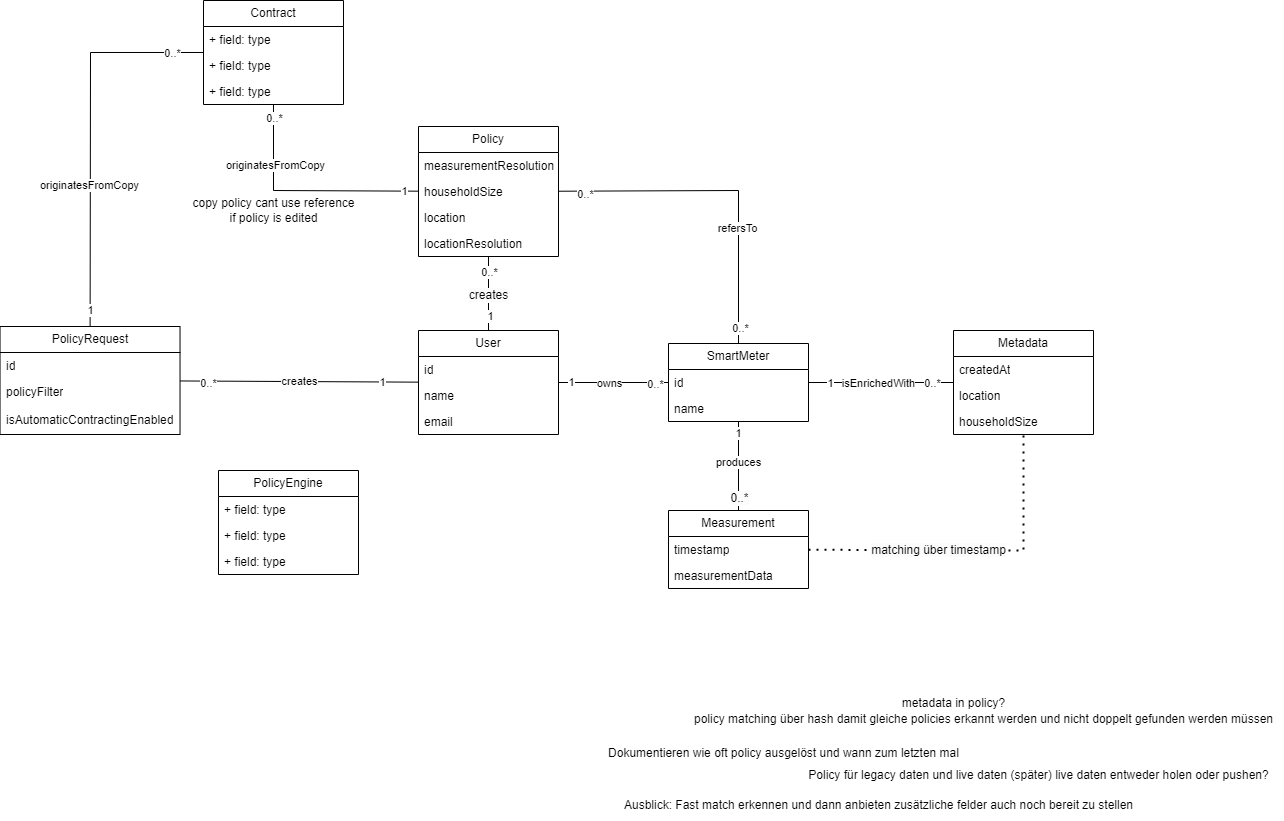
Above: Domain Model/domainmodel.drawio.png in SM-MAMI/documentation (draw.io), before the change. Source tidied: cells renumbered, new cells last; positions are measured from the earlier drawing's top-left corner, leaving out a move shared by most shapes.
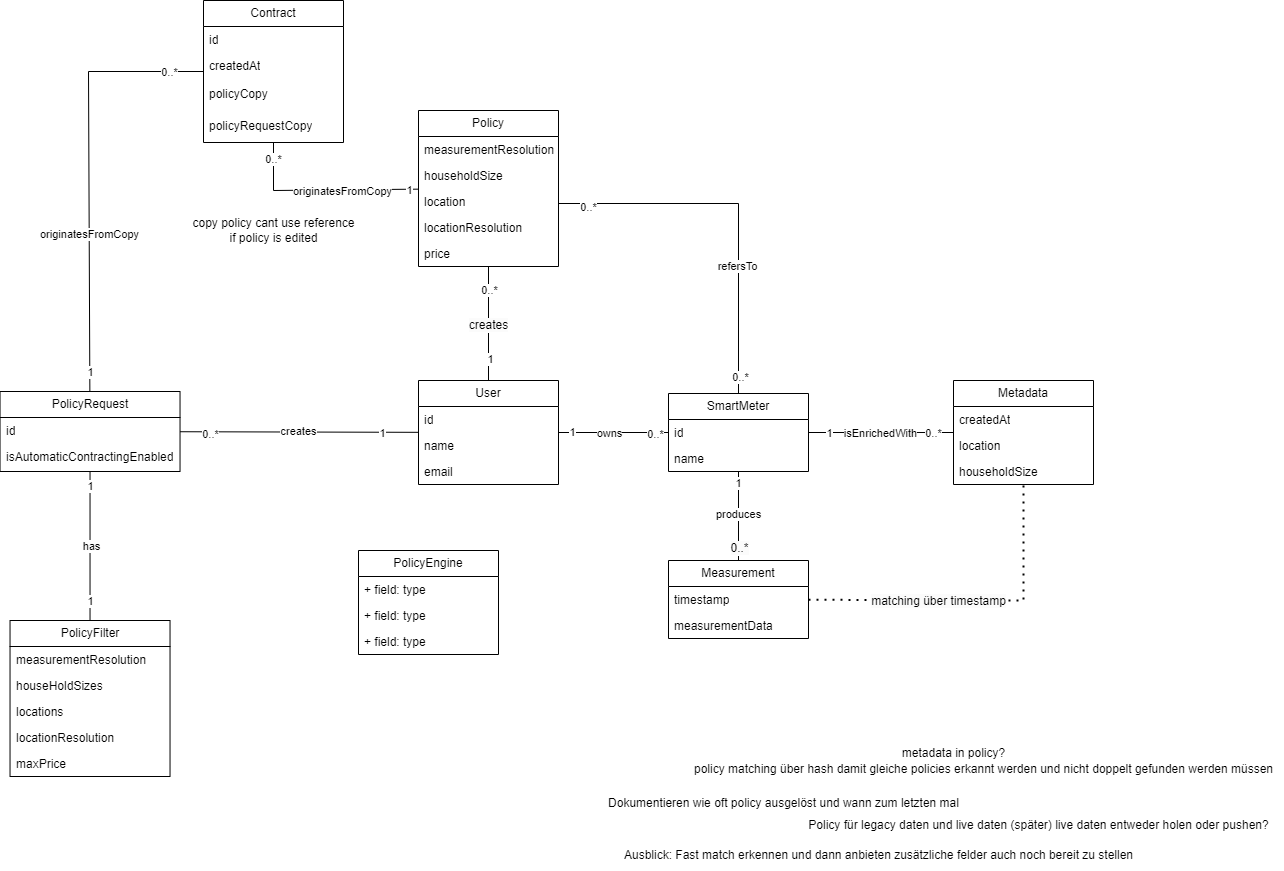
After the commit.

Commit message:
Added policy filter

Diff of the diagram source:
```diff
@@ -87,7 +87,7 @@
       </mxGeometry>
     </mxCell>
     <mxCell id="28" value="Policy" style="swimlane;fontStyle=0;horizontal=1;startSize=26;fillColor=none;whiteSpace=wrap;html=1;" parent="1" vertex="1">
-      <mxGeometry x="418" y="126" width="140" height="130" as="geometry" />
+      <mxGeometry x="418" y="60" width="140" height="156" as="geometry" />
     </mxCell>
     <mxCell id="29" value="measurementResolution" style="text;strokeColor=none;fillColor=none;align=left;verticalAlign=top;spacingLeft=4;spacingRight=4;overflow=hidden;whiteSpace=wrap;html=1;" parent="28" vertex="1">
       <mxGeometry y="26" width="140" height="26" as="geometry" />
@@ -101,6 +101,9 @@
     <mxCell id="32" value="locationResolution" style="text;strokeColor=none;fillColor=none;align=left;verticalAlign=top;spacingLeft=4;spacingRight=4;overflow=hidden;whiteSpace=wrap;html=1;" parent="28" vertex="1">
       <mxGeometry y="104" width="140" height="26" as="geometry" />
     </mxCell>
+    <mxCell id="73" value="price" style="text;strokeColor=none;fillColor=none;align=left;verticalAlign=top;spacingLeft=4;spacingRight=4;overflow=hidden;whiteSpace=wrap;html=1;" parent="28" vertex="1">
+      <mxGeometry y="130" width="140" height="26" as="geometry" />
+    </mxCell>
     <mxCell id="33" style="endArrow=none;html=1;rounded=0;" parent="1" edge="1" source="2" target="28">
       <mxGeometry relative="1" as="geometry" />
     </mxCell>
@@ -113,10 +116,11 @@
     <mxCell id="36" value="&lt;span style=&quot;font-size: 12px; background-color: rgb(251, 251, 251);&quot;&gt;creates&lt;/span&gt;" style="edgeLabel;html=1;align=center;verticalAlign=middle;" parent="33" vertex="1">
       <mxGeometry x="-0.02" y="1" relative="1" as="geometry" />
     </mxCell>
-    <mxCell id="37" style="endArrow=none;html=1;rounded=0;" parent="1" edge="1" source="28" target="6">
+    <mxCell id="37" style="endArrow=none;html=1;rounded=0;" parent="1" edge="1" target="6">
       <mxGeometry relative="1" as="geometry">
+        <mxPoint x="558" y="153" as="sourcePoint" />
         <Array as="points">
-          <mxPoint x="738" y="190" />
+          <mxPoint x="738" y="153" />
         </Array>
       </mxGeometry>
     </mxCell>
@@ -130,7 +134,7 @@
       <mxGeometry x="0.31" y="-2" relative="1" as="geometry" />
     </mxCell>
     <mxCell id="41" value="PolicyEngine" style="swimlane;fontStyle=0;horizontal=1;startSize=26;fillColor=none;whiteSpace=wrap;html=1;" parent="1" vertex="1">
-      <mxGeometry x="218" y="470" width="140" height="104" as="geometry" />
+      <mxGeometry x="358" y="500" width="140" height="104" as="geometry" />
     </mxCell>
     <mxCell id="42" value="+ field: type" style="text;strokeColor=none;fillColor=none;align=left;verticalAlign=top;spacingLeft=4;spacingRight=4;overflow=hidden;whiteSpace=wrap;html=1;" parent="41" vertex="1">
       <mxGeometry y="26" width="140" height="26" as="geometry" />
@@ -167,31 +171,36 @@
       <mxGeometry x="798" y="760" width="480" height="30" as="geometry" />
     </mxCell>
     <mxCell id="52" value="Contract" style="swimlane;fontStyle=0;horizontal=1;startSize=26;fillColor=none;whiteSpace=wrap;html=1;" parent="1" vertex="1">
-      <mxGeometry x="203" width="140" height="104" as="geometry" />
+      <mxGeometry x="203" y="-50" width="140" height="142" as="geometry" />
     </mxCell>
-    <mxCell id="53" value="+ field: type" style="text;strokeColor=none;fillColor=none;align=left;verticalAlign=top;spacingLeft=4;spacingRight=4;overflow=hidden;whiteSpace=wrap;html=1;" parent="52" vertex="1">
+    <mxCell id="53" value="id" style="text;strokeColor=none;fillColor=none;align=left;verticalAlign=top;spacingLeft=4;spacingRight=4;overflow=hidden;whiteSpace=wrap;html=1;" parent="52" vertex="1">
       <mxGeometry y="26" width="140" height="26" as="geometry" />
     </mxCell>
-    <mxCell id="54" value="+ field: type" style="text;strokeColor=none;fillColor=none;align=left;verticalAlign=top;spacingLeft=4;spacingRight=4;overflow=hidden;whiteSpace=wrap;html=1;" parent="52" vertex="1">
-      <mxGeometry y="52" width="140" height="26" as="geometry" />
+    <mxCell id="54" value="createdAt" style="text;strokeColor=none;fillColor=none;align=left;verticalAlign=top;spacingLeft=4;spacingRight=4;overflow=hidden;whiteSpace=wrap;html=1;" parent="52" vertex="1">
+      <mxGeometry y="52" width="140" height="28" as="geometry" />
     </mxCell>
-    <mxCell id="55" value="+ field: type" style="text;strokeColor=none;fillColor=none;align=left;verticalAlign=top;spacingLeft=4;spacingRight=4;overflow=hidden;whiteSpace=wrap;html=1;" parent="52" vertex="1">
-      <mxGeometry y="78" width="140" height="26" as="geometry" />
+    <mxCell id="55" value="policyCopy" style="text;strokeColor=none;fillColor=none;align=left;verticalAlign=top;spacingLeft=4;spacingRight=4;overflow=hidden;whiteSpace=wrap;html=1;" parent="52" vertex="1">
+      <mxGeometry y="80" width="140" height="32" as="geometry" />
     </mxCell>
+    <mxCell id="74" value="policyRequestCopy" style="text;strokeColor=none;fillColor=none;align=left;verticalAlign=top;spacingLeft=4;spacingRight=4;overflow=hidden;whiteSpace=wrap;html=1;" parent="52" vertex="1">
+      <mxGeometry y="112" width="140" height="30" as="geometry" />
+    </mxCell>
     <mxCell id="56" style="endArrow=none;html=1;rounded=0;" parent="1" edge="1" source="28" target="52">
       <mxGeometry relative="1" as="geometry">
         <Array as="points">
-          <mxPoint x="273" y="190" />
+          <mxPoint x="273" y="140" />
         </Array>
       </mxGeometry>
     </mxCell>
     <mxCell id="57" value="0..*" style="edgeLabel;html=1;align=center;verticalAlign=middle;" parent="56" vertex="1">
       <mxGeometry x="0.41" relative="1" as="geometry">
-        <mxPoint y="-54" as="offset" />
+        <mxPoint x="-10" y="-32" as="offset" />
       </mxGeometry>
     </mxCell>
     <mxCell id="58" value="originatesFromCopy" style="edgeLabel;html=1;align=center;verticalAlign=middle;" parent="56" vertex="1">
-      <mxGeometry x="0.48" y="-1" relative="1" as="geometry" />
+      <mxGeometry x="0.48" y="-1" relative="1" as="geometry">
+        <mxPoint x="67" y="1" as="offset" />
+      </mxGeometry>
     </mxCell>
     <mxCell id="59" value="1" style="edgeLabel;html=1;align=center;verticalAlign=middle;" parent="56" vertex="1">
       <mxGeometry x="-0.67" relative="1" as="geometry">
@@ -199,19 +208,16 @@
       </mxGeometry>
     </mxCell>
     <mxCell id="60" value="copy policy cant use reference&lt;div&gt;if policy is edited&lt;/div&gt;" style="text;html=1;align=center;verticalAlign=middle;strokeColor=none;fillColor=none;" parent="1" vertex="1">
-      <mxGeometry x="178" y="190" width="190" height="40" as="geometry" />
+      <mxGeometry x="178" y="160" width="190" height="40" as="geometry" />
     </mxCell>
     <mxCell id="61" value="PolicyRequest" style="swimlane;fontStyle=0;horizontal=1;startSize=26;fillColor=none;whiteSpace=wrap;html=1;" parent="1" vertex="1">
-      <mxGeometry x="-0.5" y="326" width="180" height="108" as="geometry" />
+      <mxGeometry x="-0.5" y="341" width="180" height="80" as="geometry" />
     </mxCell>
     <mxCell id="62" value="id" style="text;strokeColor=none;fillColor=none;align=left;verticalAlign=top;spacingLeft=4;spacingRight=4;overflow=hidden;whiteSpace=wrap;html=1;" parent="61" vertex="1">
       <mxGeometry y="26" width="180" height="26" as="geometry" />
     </mxCell>
-    <mxCell id="63" value="policyFilter" style="text;strokeColor=none;fillColor=none;align=left;verticalAlign=top;spacingLeft=4;spacingRight=4;overflow=hidden;whiteSpace=wrap;html=1;" parent="61" vertex="1">
-      <mxGeometry y="52" width="180" height="28" as="geometry" />
-    </mxCell>
     <mxCell id="64" value="isAutomaticContractingEnabled" style="text;strokeColor=none;fillColor=none;align=left;verticalAlign=top;spacingLeft=4;spacingRight=4;overflow=hidden;whiteSpace=wrap;html=1;" parent="61" vertex="1">
-      <mxGeometry y="80" width="180" height="28" as="geometry" />
+      <mxGeometry y="52" width="180" height="28" as="geometry" />
     </mxCell>
     <mxCell id="65" style="endArrow=none;html=1;rounded=0;" parent="1" edge="1" source="61" target="2">
       <mxGeometry relative="1" as="geometry" />
@@ -232,7 +238,7 @@
     <mxCell id="69" style="endArrow=none;html=1;rounded=0;" parent="1" edge="1" source="61" target="52">
       <mxGeometry relative="1" as="geometry">
         <Array as="points">
-          <mxPoint x="90" y="52" />
+          <mxPoint x="88" y="21" />
         </Array>
       </mxGeometry>
     </mxCell>
@@ -245,5 +251,35 @@
     <mxCell id="72" value="1" style="edgeLabel;html=1;align=center;verticalAlign=middle;" parent="69" vertex="1">
       <mxGeometry x="-0.91" relative="1" as="geometry" />
     </mxCell>
+    <mxCell id="75" value="PolicyFilter" style="swimlane;fontStyle=0;horizontal=1;startSize=26;fillColor=none;whiteSpace=wrap;html=1;" parent="1" vertex="1">
+      <mxGeometry x="9.5" y="570" width="160" height="156" as="geometry" />
+    </mxCell>
+    <mxCell id="76" value="measurementResolution" style="text;strokeColor=none;fillColor=none;align=left;verticalAlign=top;spacingLeft=4;spacingRight=4;overflow=hidden;whiteSpace=wrap;html=1;" parent="75" vertex="1">
+      <mxGeometry y="26" width="160" height="26" as="geometry" />
+    </mxCell>
+    <mxCell id="77" value="houseHoldSizes" style="text;strokeColor=none;fillColor=none;align=left;verticalAlign=top;spacingLeft=4;spacingRight=4;overflow=hidden;whiteSpace=wrap;html=1;" parent="75" vertex="1">
+      <mxGeometry y="52" width="160" height="26" as="geometry" />
+    </mxCell>
+    <mxCell id="78" value="locations" style="text;strokeColor=none;fillColor=none;align=left;verticalAlign=top;spacingLeft=4;spacingRight=4;overflow=hidden;whiteSpace=wrap;html=1;" parent="75" vertex="1">
+      <mxGeometry y="78" width="160" height="26" as="geometry" />
+    </mxCell>
+    <mxCell id="79" value="locationResolution" style="text;strokeColor=none;fillColor=none;align=left;verticalAlign=top;spacingLeft=4;spacingRight=4;overflow=hidden;whiteSpace=wrap;html=1;" parent="75" vertex="1">
+      <mxGeometry y="104" width="160" height="26" as="geometry" />
+    </mxCell>
+    <mxCell id="80" value="maxPrice" style="text;strokeColor=none;fillColor=none;align=left;verticalAlign=top;spacingLeft=4;spacingRight=4;overflow=hidden;whiteSpace=wrap;html=1;" parent="75" vertex="1">
+      <mxGeometry y="130" width="160" height="26" as="geometry" />
+    </mxCell>
+    <mxCell id="81" style="endArrow=none;html=1;rounded=0;" parent="1" edge="1" source="75" target="61">
+      <mxGeometry relative="1" as="geometry" />
+    </mxCell>
+    <mxCell id="82" value="has" style="edgeLabel;html=1;align=center;verticalAlign=middle;" parent="81" vertex="1">
+      <mxGeometry x="-0.01" y="-1" relative="1" as="geometry" />
+    </mxCell>
+    <mxCell id="83" value="1" style="edgeLabel;html=1;align=center;verticalAlign=middle;" parent="81" vertex="1">
+      <mxGeometry x="0.81" relative="1" as="geometry" />
+    </mxCell>
+    <mxCell id="84" value="1" style="edgeLabel;html=1;align=center;verticalAlign=middle;" parent="81" vertex="1">
+      <mxGeometry x="-0.72" relative="1" as="geometry" />
+    </mxCell>
   </root>
 </mxGraphModel>
```
